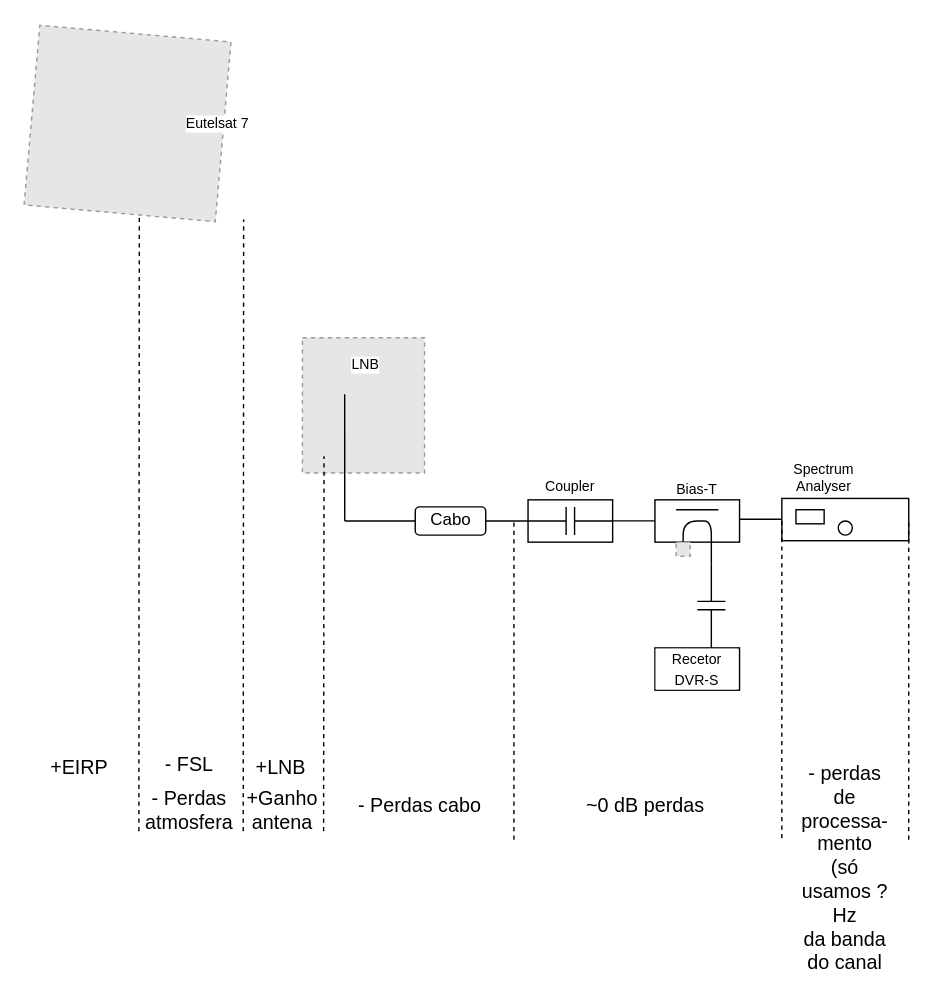
Above: montagem.drawio in ArmandoMIEEC/SRFEUP (draw.io), before the change. Source tidied: cells renumbered, new cells numbered last; positions are measured from the earlier drawing's top-left corner, leaving out a move shared by most shapes. Both pictures are drawn from the tidied source at 141%, with x=0, y=0 at pixel (37, 27). Pictures stored in the file or linked from it are replaced by grey dashed boxes.
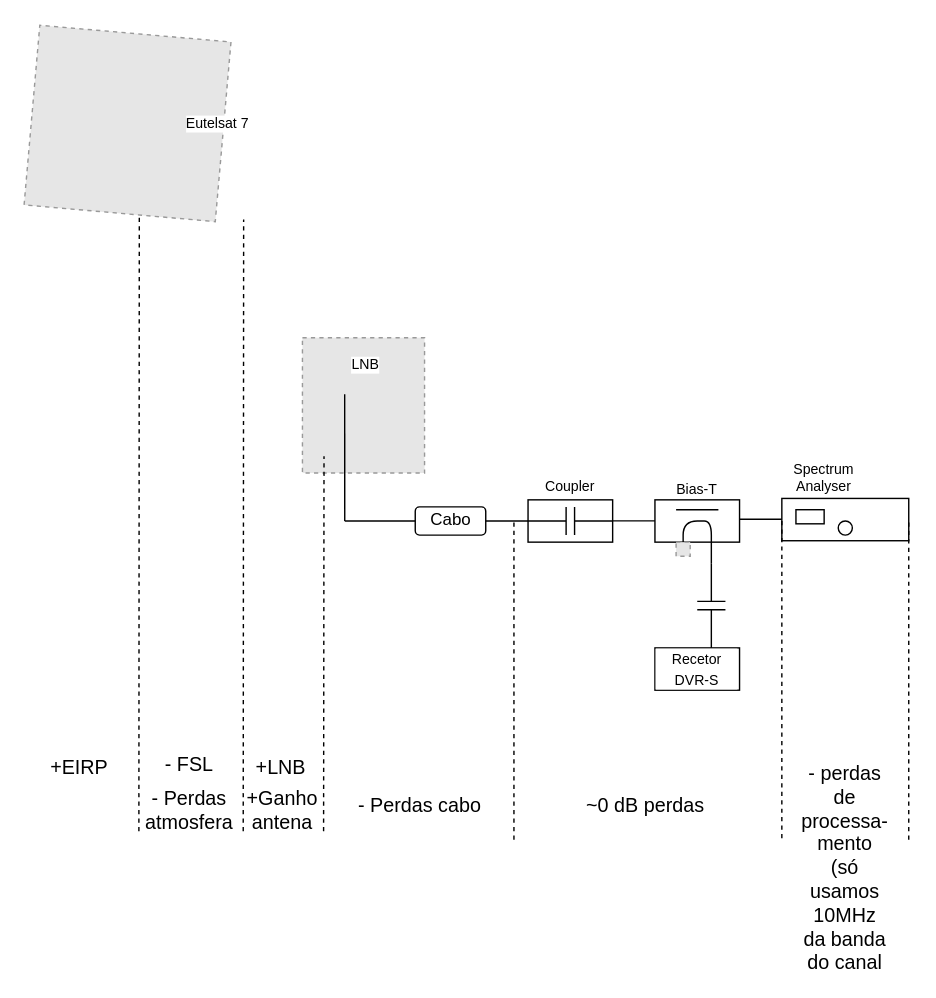
The same page after the edit.

Commit message (it also covers changes not shown here):
imagem montagem

Change to the diagram source:
```diff
@@
-    <mxCell id="41" value="&lt;font style=&quot;font-size: 14px;&quot;&gt;- perdas de&lt;br&gt;processa-&lt;br&gt;mento&lt;br&gt;(só usamos ? Hz&lt;br&gt;da banda do canal&lt;br&gt;&lt;/font&gt;" style="text;html=1;strokeColor=none;fillColor=none;align=center;verticalAlign=middle;whiteSpace=wrap;rounded=0;labelBackgroundColor=default;fontFamily=Helvetica;fontSize=10;fontColor=default;" parent="1" vertex="1">
+    <mxCell id="41" value="&lt;font style=&quot;font-size: 14px;&quot;&gt;- perdas de&lt;br&gt;processa-&lt;br&gt;mento&lt;br&gt;(só usamos 10MHz&lt;br&gt;da banda do canal&lt;br&gt;&lt;/font&gt;" style="text;html=1;strokeColor=none;fillColor=none;align=center;verticalAlign=middle;whiteSpace=wrap;rounded=0;labelBackgroundColor=default;fontFamily=Helvetica;fontSize=10;fontColor=default;" parent="1" vertex="1">
       <mxGeometry x="538" y="581" width="70" height="30" as="geometry" />
     </mxCell>
```
